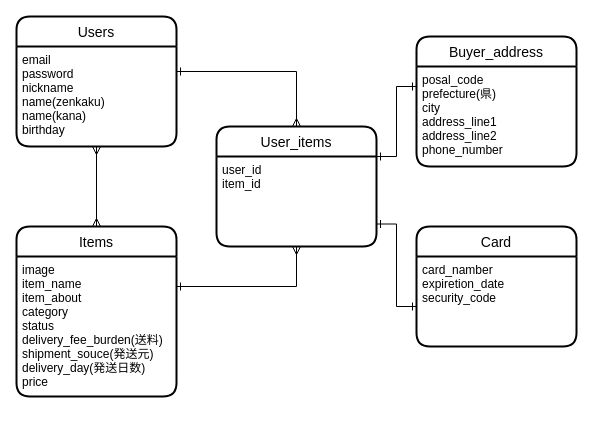
Before: test.dio in ponsiro/furima-34549, a draw.io diagram. Source tidied: cells renumbered, new cells numbered last; positions are measured from the earlier drawing's top-left corner, leaving out a move shared by most shapes. Both pictures are drawn from the tidied source at 100%, with x=0, y=0 at pixel (16, 16).
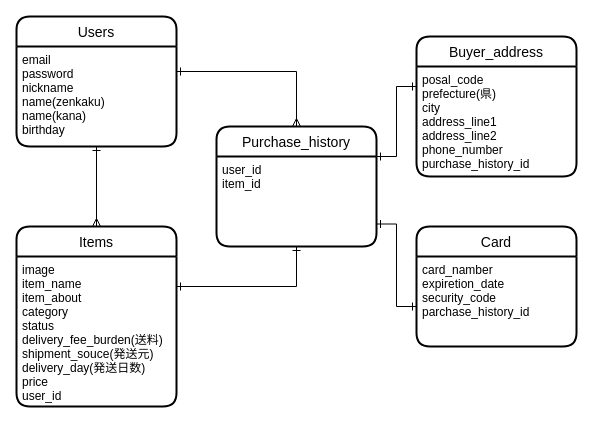
The same diagram, later.

Commit message (it also covers changes not shown here):
データベース設計 修正1

The change refers to these unchanged cells:
```xml
<mxCell id="5" value="email&#10;password&#10;nickname&#10;name(zenkaku)&#10;name(kana)&#10;birthday&#10;" style="align=left;strokeColor=none;fillColor=none;spacingLeft=4;fontSize=12;verticalAlign=top;" parent="4" vertex="1">
  <mxGeometry y="30" width="160" height="100" as="geometry" />
</mxCell>
<mxCell id="15" value="Card" style="swimlane;horizontal=1;startSize=30;rounded=1;fontSize=14;fontStyle=0;strokeWidth=2;shadow=0;dashed=0;align=center;" parent="1" vertex="1">
  <mxGeometry x="400" y="210" width="160" height="120" as="geometry" />
</mxCell>
```

The edit, as a diff of the source:
```diff
@@
-    <mxCell id="2" style="edgeStyle=orthogonalEdgeStyle;rounded=0;orthogonalLoop=1;jettySize=auto;html=1;exitX=1;exitY=0.5;exitDx=0;exitDy=0;startArrow=ERone;startFill=0;endArrow=ERmany;endFill=0;targetPerimeterSpacing=0;" parent="1" edge="1">
+    <mxCell id="2" style="edgeStyle=orthogonalEdgeStyle;rounded=0;orthogonalLoop=1;jettySize=auto;html=1;exitX=1;exitY=0.5;exitDx=0;exitDy=0;startArrow=ERone;startFill=0;endArrow=ERone;endFill=0;targetPerimeterSpacing=0;" parent="1" edge="1">
       <mxGeometry relative="1" as="geometry">
         <mxPoint x="160" y="270" as="sourcePoint" />
         <mxPoint x="280" y="230" as="targetPoint" />
         <Array as="points">
           <mxPoint x="280" y="270" />
         </Array>
       </mxGeometry>
     </mxCell>
-    <mxCell id="3" style="edgeStyle=orthogonalEdgeStyle;rounded=0;orthogonalLoop=1;jettySize=auto;html=1;exitX=0.5;exitY=1;exitDx=0;exitDy=0;entryX=0.5;entryY=0;entryDx=0;entryDy=0;startArrow=ERmany;startFill=0;endArrow=ERmany;endFill=0;targetPerimeterSpacing=0;" parent="1" edge="1">
-      <mxGeometry relative="1" as="geometry">
-        <mxPoint x="80" y="130" as="sourcePoint" />
-        <mxPoint x="80" y="210" as="targetPoint" />
-      </mxGeometry>
-    </mxCell>
@@
     <mxCell id="6" value="Items" style="swimlane;horizontal=1;startSize=30;rounded=1;fontSize=14;fontStyle=0;strokeWidth=2;shadow=0;dashed=0;align=center;" parent="1" vertex="1">
-      <mxGeometry y="210" width="160" height="170" as="geometry" />
+      <mxGeometry y="210" width="160" height="180" as="geometry" />
     </mxCell>
-    <mxCell id="7" value="image&#10;item_name&#10;item_about&#10;category&#10;status&#10;delivery_fee_burden(送料)&#10;shipment_souce(発送元)&#10;delivery_day(発送日数)&#10;price&#10;" style="align=left;strokeColor=none;fillColor=none;spacingLeft=4;fontSize=12;verticalAlign=top;" parent="6" vertex="1">
-      <mxGeometry y="30" width="160" height="140" as="geometry" />
+    <mxCell id="7" value="image&#10;item_name&#10;item_about&#10;category&#10;status&#10;delivery_fee_burden(送料)&#10;shipment_souce(発送元)&#10;delivery_day(発送日数)&#10;price&#10;user_id&#10;" style="align=left;strokeColor=none;fillColor=none;spacingLeft=4;fontSize=12;verticalAlign=top;" parent="6" vertex="1">
+      <mxGeometry y="30" width="160" height="150" as="geometry" />
     </mxCell>
-    <mxCell id="8" style="edgeStyle=orthogonalEdgeStyle;rounded=0;jettySize=auto;html=1;exitX=1;exitY=0.25;exitDx=0;exitDy=0;entryX=0;entryY=0.5;entryDx=0;entryDy=0;startArrow=ERone;startFill=0;endArrow=ERone;endFill=0;targetPerimeterSpacing=0;" parent="1" edge="1" source="9">
+    <mxCell id="8" style="edgeStyle=orthogonalEdgeStyle;rounded=0;orthogonalLoop=1;jettySize=auto;html=1;exitX=1;exitY=0.25;exitDx=0;exitDy=0;entryX=0;entryY=0.5;entryDx=0;entryDy=0;startArrow=ERone;startFill=0;endArrow=ERone;endFill=0;targetPerimeterSpacing=0;" parent="1" edge="1">
       <mxGeometry relative="1" as="geometry">
+        <mxPoint x="360" y="140" as="sourcePoint" />
         <mxPoint x="400" y="70" as="targetPoint" />
         <Array as="points">
           <mxPoint x="380" y="140" />
           <mxPoint x="380" y="70" />
         </Array>
       </mxGeometry>
     </mxCell>
-    <mxCell id="9" value="User_items" style="swimlane;horizontal=1;startSize=30;rounded=1;fontSize=14;fontStyle=0;strokeWidth=2;shadow=0;dashed=0;align=center;" parent="1" vertex="1">
-      <mxGeometry x="200" y="110" width="160" height="120" as="geometry" />
-    </mxCell>
-    <mxCell id="10" value="user_id&#10;item_id" style="align=left;strokeColor=none;fillColor=none;spacingLeft=4;fontSize=12;verticalAlign=top;" parent="9" vertex="1">
-      <mxGeometry y="30" width="160" height="90" as="geometry" />
-    </mxCell>
-    <mxCell id="11" style="edgeStyle=orthogonalEdgeStyle;rounded=0;jettySize=auto;html=1;exitX=1;exitY=0.25;exitDx=0;exitDy=0;entryX=0.5;entryY=0;entryDx=0;entryDy=0;startArrow=ERone;startFill=0;endArrow=ERmany;endFill=0;targetPerimeterSpacing=0;" parent="1" edge="1" source="5" target="9">
-      <mxGeometry relative="1" as="geometry" />
+    <mxCell id="11" style="edgeStyle=orthogonalEdgeStyle;rounded=0;jettySize=auto;html=1;exitX=1;exitY=0.25;exitDx=0;exitDy=0;entryX=0.5;entryY=0;entryDx=0;entryDy=0;startArrow=ERone;startFill=0;endArrow=ERmany;endFill=0;targetPerimeterSpacing=0;" parent="1" edge="1" source="5">
+      <mxGeometry relative="1" as="geometry">
+        <mxPoint x="280" y="110" as="targetPoint" />
+        <Array as="points">
+          <mxPoint x="280" y="55" />
+        </Array>
+      </mxGeometry>
     </mxCell>
-    <mxCell id="12" style="edgeStyle=orthogonalEdgeStyle;rounded=0;jettySize=auto;html=1;exitX=1;exitY=0.75;exitDx=0;exitDy=0;startArrow=ERone;startFill=0;endArrow=ERone;endFill=0;targetPerimeterSpacing=0;" parent="1" edge="1" source="10">
+    <mxCell id="12" style="edgeStyle=orthogonalEdgeStyle;rounded=0;orthogonalLoop=1;jettySize=auto;html=1;exitX=1;exitY=0.75;exitDx=0;exitDy=0;startArrow=ERone;startFill=0;endArrow=ERone;endFill=0;targetPerimeterSpacing=0;" parent="1" edge="1">
       <mxGeometry relative="1" as="geometry">
+        <mxPoint x="360" y="207.5" as="sourcePoint" />
         <mxPoint x="400" y="290" as="targetPoint" />
         <Array as="points">
           <mxPoint x="380" y="208" />
           <mxPoint x="380" y="290" />
         </Array>
       </mxGeometry>
     </mxCell>
     <mxCell id="13" value="Buyer_address" style="swimlane;horizontal=1;startSize=30;rounded=1;fontSize=14;fontStyle=0;strokeWidth=2;shadow=0;dashed=0;align=center;" parent="1" vertex="1">
-      <mxGeometry x="400" y="20" width="160" height="130" as="geometry" />
+      <mxGeometry x="400" y="20" width="160" height="140" as="geometry" />
     </mxCell>
-    <mxCell id="14" value="posal_code&#10;prefecture(県)&#10;city&#10;address_line1&#10;address_line2&#10;phone_number" style="align=left;strokeColor=none;fillColor=none;spacingLeft=4;fontSize=12;verticalAlign=top;" parent="13" vertex="1">
-      <mxGeometry y="30" width="160" height="100" as="geometry" />
+    <mxCell id="14" value="posal_code&#10;prefecture(県)&#10;city&#10;address_line1&#10;address_line2&#10;phone_number&#10;purchase_history_id" style="align=left;strokeColor=none;fillColor=none;spacingLeft=4;fontSize=12;verticalAlign=top;" parent="13" vertex="1">
+      <mxGeometry y="30" width="160" height="110" as="geometry" />
     </mxCell>
@@
-    <mxCell id="16" value="card_namber&#10;expiretion_date&#10;security_code" style="align=left;strokeColor=none;fillColor=none;spacingLeft=4;fontSize=12;verticalAlign=top;" parent="15" vertex="1">
+    <mxCell id="16" value="card_namber&#10;expiretion_date&#10;security_code&#10;parchase_history_id" style="align=left;strokeColor=none;fillColor=none;spacingLeft=4;fontSize=12;verticalAlign=top;" parent="15" vertex="1">
       <mxGeometry y="30" width="160" height="90" as="geometry" />
     </mxCell>
+    <mxCell id="17" value="Purchase_history" style="swimlane;horizontal=1;startSize=30;rounded=1;fontSize=14;fontStyle=0;strokeWidth=2;shadow=0;dashed=0;align=center;" parent="1" vertex="1">
+      <mxGeometry x="200" y="110" width="160" height="120" as="geometry" />
+    </mxCell>
+    <mxCell id="10" value="user_id&#10;item_id" style="align=left;strokeColor=none;fillColor=none;spacingLeft=4;fontSize=12;verticalAlign=top;" parent="17" vertex="1">
+      <mxGeometry y="30" width="160" height="90" as="geometry" />
+    </mxCell>
+    <mxCell id="18" style="edgeStyle=orthogonalEdgeStyle;rounded=0;jettySize=auto;html=1;exitX=0.5;exitY=1;exitDx=0;exitDy=0;entryX=0.5;entryY=0;entryDx=0;entryDy=0;startArrow=ERone;startFill=0;endArrow=ERmany;endFill=0;targetPerimeterSpacing=0;" parent="1" edge="1" source="5" target="6">
+      <mxGeometry relative="1" as="geometry" />
+    </mxCell>
```
